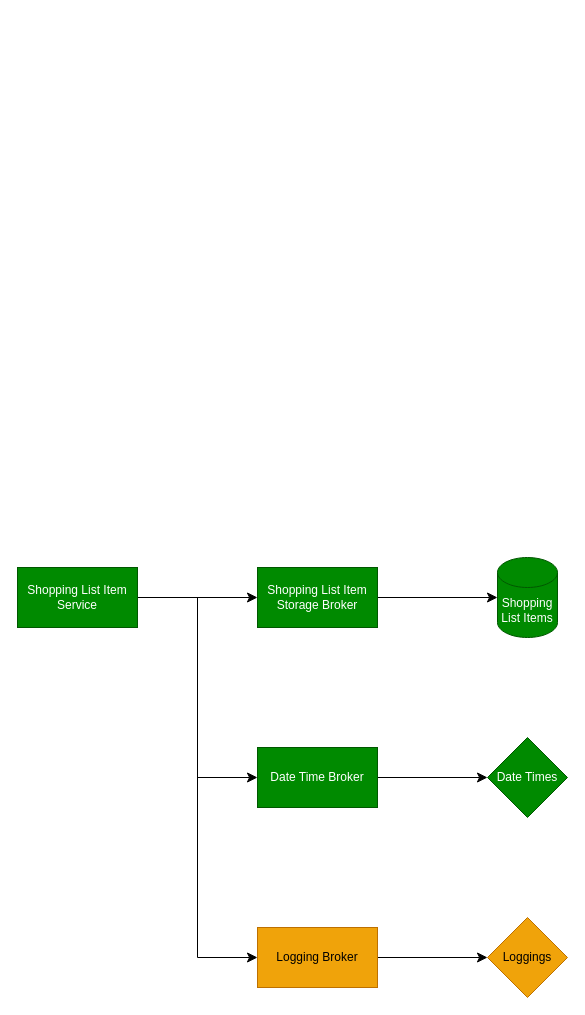
mohielamin/SLO.MobileApp keeps this draw.io diagram as docs/designs/SLO.MobileApp.Core.drawio. Above is the earlier version. Source tidied: cells renumbered, new cells numbered last; positions are measured from the earlier drawing's top-left corner, leaving out a move shared by most shapes. Both pictures are drawn from the tidied source at 100%, with x=0, y=0 at pixel (17, 557).
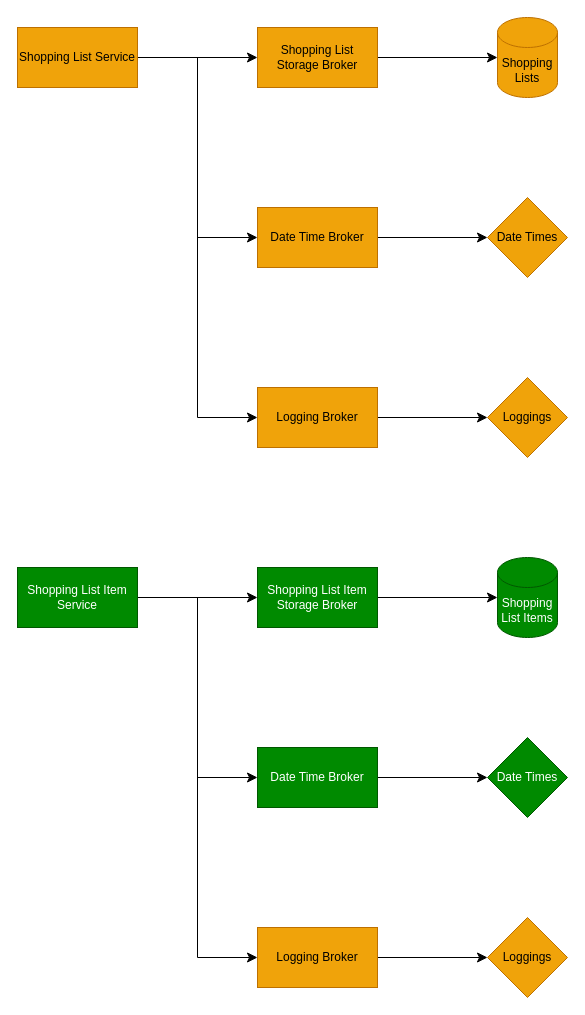
The same page after the edit.

Commit message:
DESIGNS: Create Shopping List Service Design

The edit, as a diff of the source:
```diff
@@
+    <mxCell id="15" style="edgeStyle=orthogonalEdgeStyle;rounded=0;jettySize=auto;html=1;fontSize=12;startSize=8;endSize=8;" parent="1" edge="1" source="18" target="20">
+      <mxGeometry relative="1" as="geometry" />
+    </mxCell>
+    <mxCell id="16" style="edgeStyle=orthogonalEdgeStyle;shape=connector;rounded=0;jettySize=auto;html=1;entryX=0;entryY=0.5;entryDx=0;entryDy=0;strokeColor=default;align=center;verticalAlign=middle;fontFamily=Helvetica;fontSize=12;fontColor=default;labelBackgroundColor=default;startSize=8;endArrow=classic;endSize=8;" parent="1" edge="1" source="18" target="23">
+      <mxGeometry relative="1" as="geometry" />
+    </mxCell>
+    <mxCell id="17" style="edgeStyle=orthogonalEdgeStyle;shape=connector;rounded=0;jettySize=auto;html=1;entryX=0;entryY=0.5;entryDx=0;entryDy=0;strokeColor=default;align=center;verticalAlign=middle;fontFamily=Helvetica;fontSize=12;fontColor=default;labelBackgroundColor=default;startSize=8;endArrow=classic;endSize=8;" parent="1" edge="1" source="18" target="26">
+      <mxGeometry relative="1" as="geometry" />
+    </mxCell>
+    <mxCell id="18" value="Shopping List Service" style="rounded=0;whiteSpace=wrap;html=1;fillColor=#f0a30a;fontColor=#000000;strokeColor=#BD7000;" parent="1" vertex="1">
+      <mxGeometry y="-530" width="120" height="60" as="geometry" />
+    </mxCell>
+    <mxCell id="19" style="edgeStyle=orthogonalEdgeStyle;shape=connector;rounded=0;jettySize=auto;html=1;strokeColor=default;align=center;verticalAlign=middle;fontFamily=Helvetica;fontSize=12;fontColor=default;labelBackgroundColor=default;startSize=8;endArrow=classic;endSize=8;" parent="1" edge="1" source="20" target="21">
+      <mxGeometry relative="1" as="geometry" />
+    </mxCell>
+    <mxCell id="20" value="Shopping List Storage Broker" style="rounded=0;whiteSpace=wrap;html=1;fillColor=#f0a30a;fontColor=#000000;strokeColor=#BD7000;" parent="1" vertex="1">
+      <mxGeometry x="240" y="-530" width="120" height="60" as="geometry" />
+    </mxCell>
+    <mxCell id="21" value="Shopping Lists" style="shape=cylinder3;whiteSpace=wrap;html=1;boundedLbl=1;backgroundOutline=1;size=15;fontFamily=Helvetica;fontSize=12;fontColor=#000000;labelBackgroundColor=none;fillColor=#f0a30a;strokeColor=#BD7000;" parent="1" vertex="1">
+      <mxGeometry x="480" y="-540" width="60" height="80" as="geometry" />
+    </mxCell>
+    <mxCell id="22" style="edgeStyle=orthogonalEdgeStyle;shape=connector;rounded=0;jettySize=auto;html=1;strokeColor=default;align=center;verticalAlign=middle;fontFamily=Helvetica;fontSize=12;fontColor=default;labelBackgroundColor=default;startSize=8;endArrow=classic;endSize=8;" parent="1" edge="1" source="23" target="24">
+      <mxGeometry relative="1" as="geometry" />
+    </mxCell>
+    <mxCell id="23" value="Date Time Broker" style="rounded=0;whiteSpace=wrap;html=1;fillColor=#f0a30a;fontColor=#000000;strokeColor=#BD7000;" parent="1" vertex="1">
+      <mxGeometry x="240" y="-350" width="120" height="60" as="geometry" />
+    </mxCell>
+    <mxCell id="24" value="Date Times" style="rhombus;whiteSpace=wrap;html=1;rounded=0;fillColor=#f0a30a;fontColor=#000000;strokeColor=#BD7000;" parent="1" vertex="1">
+      <mxGeometry x="470" y="-360" width="80" height="80" as="geometry" />
+    </mxCell>
+    <mxCell id="25" style="edgeStyle=orthogonalEdgeStyle;shape=connector;rounded=0;jettySize=auto;html=1;strokeColor=default;align=center;verticalAlign=middle;fontFamily=Helvetica;fontSize=12;fontColor=default;labelBackgroundColor=default;startSize=8;endArrow=classic;endSize=8;" parent="1" edge="1" source="26" target="27">
+      <mxGeometry relative="1" as="geometry" />
+    </mxCell>
+    <mxCell id="26" value="Logging Broker" style="rounded=0;whiteSpace=wrap;html=1;fillColor=#f0a30a;fontColor=#000000;strokeColor=#BD7000;" parent="1" vertex="1">
+      <mxGeometry x="240" y="-170" width="120" height="60" as="geometry" />
+    </mxCell>
+    <mxCell id="27" value="Loggings" style="rhombus;whiteSpace=wrap;html=1;rounded=0;fillColor=#f0a30a;fontColor=#000000;strokeColor=#BD7000;" parent="1" vertex="1">
+      <mxGeometry x="470" y="-180" width="80" height="80" as="geometry" />
+    </mxCell>
```
